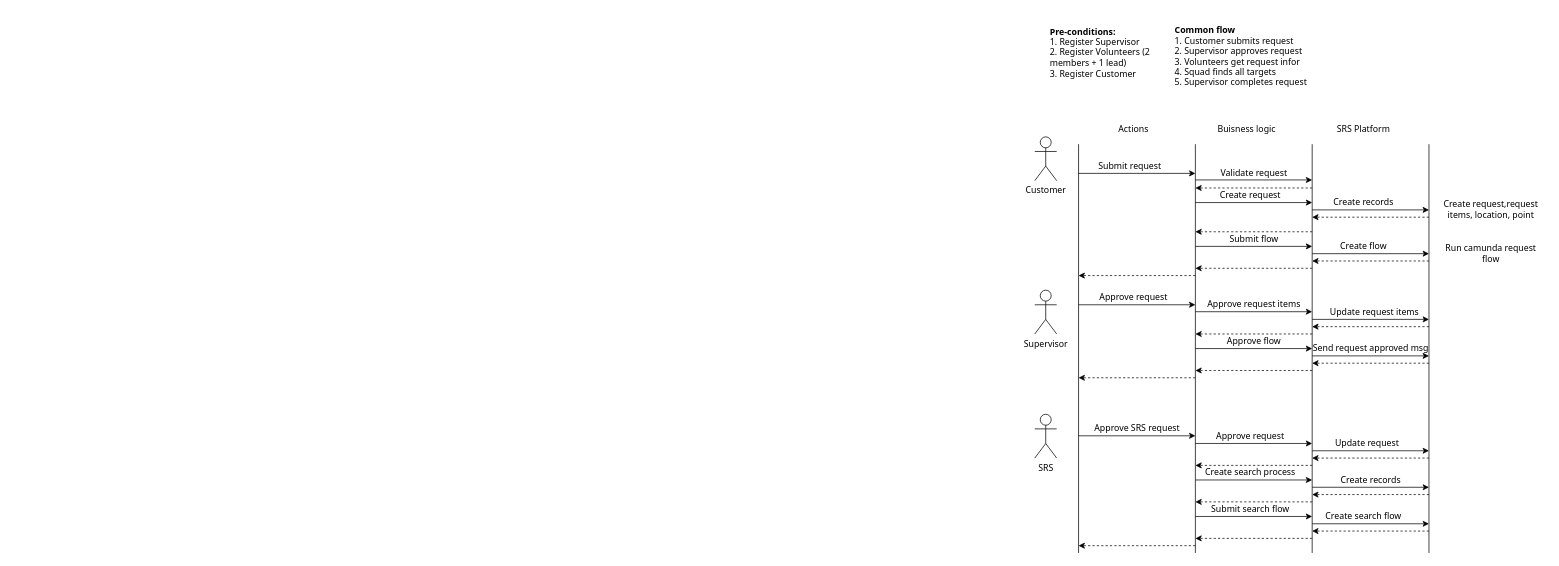
Before: page "Common Flow" (5 of 5) of srs-sa-design.drawio in chirkovd/srs-platform, a draw.io diagram. Source tidied: cells renumbered, new cells numbered last; positions are measured from the earlier drawing's top-left corner, leaving out a move shared by most shapes. Both pictures are drawn from the tidied source at 73%, with x=0, y=0 at pixel (1034, 20).
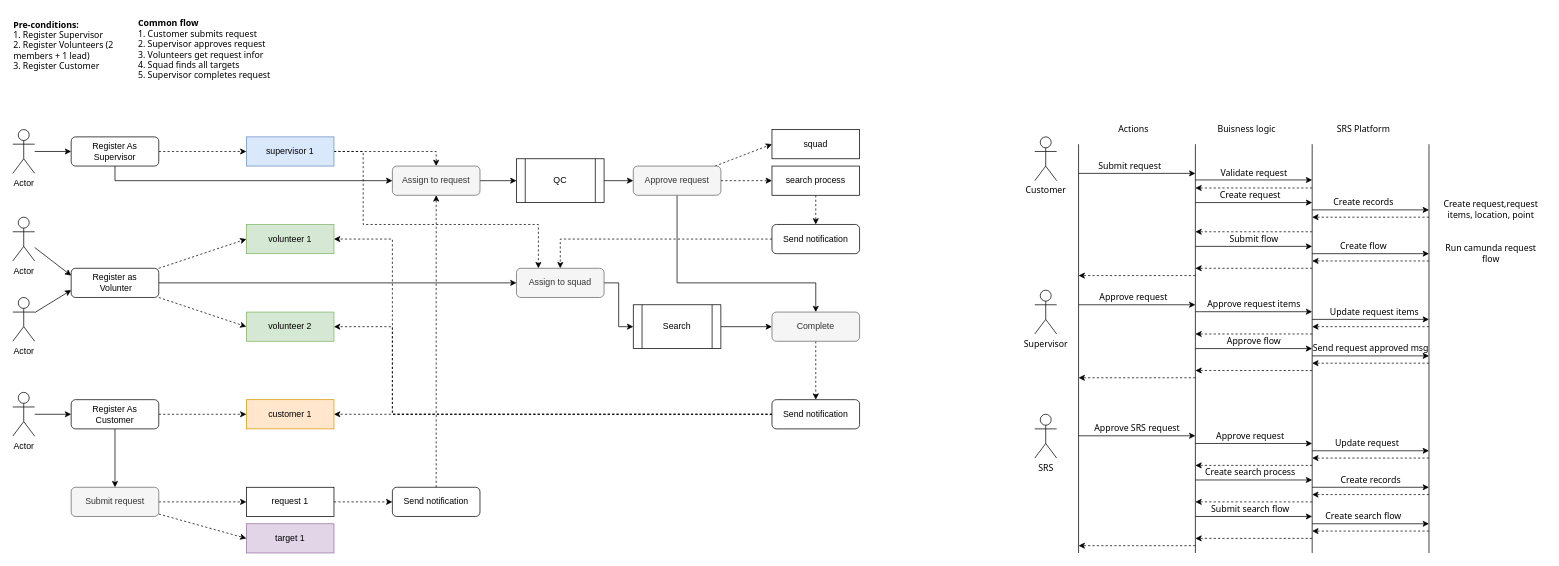
The same diagram, later.

What changed in the source:
```diff
@@
     <mxCell id="2" value="&lt;div style=&quot;text-align: left&quot;&gt;&lt;span&gt;&lt;b&gt;&lt;font face=&quot;Tahoma&quot;&gt;Pre-conditions:&lt;/font&gt;&lt;/b&gt;&lt;/span&gt;&lt;/div&gt;&lt;div&gt;&lt;div style=&quot;text-align: left&quot;&gt;&lt;span&gt;&lt;font face=&quot;Tahoma&quot;&gt;1. Register Supervisor&lt;/font&gt;&lt;/span&gt;&lt;/div&gt;&lt;font face=&quot;Tahoma&quot;&gt;&lt;span&gt;&lt;div style=&quot;text-align: left&quot;&gt;&lt;span&gt;2. Register Volunteers (2 members + 1 lead)&lt;/span&gt;&lt;/div&gt;&lt;/span&gt;&lt;span&gt;&lt;div style=&quot;text-align: left&quot;&gt;&lt;span&gt;3. Register Customer&lt;/span&gt;&lt;/div&gt;&lt;/span&gt;&lt;/font&gt;&lt;/div&gt;" style="text;html=1;strokeColor=none;fillColor=none;align=center;verticalAlign=middle;whiteSpace=wrap;rounded=0;" parent="1" vertex="1">
-      <mxGeometry x="20" width="140" height="90" as="geometry" />
+      <mxGeometry x="-1400" y="-10" width="140" height="90" as="geometry" />
     </mxCell>
     <mxCell id="3" value="&lt;b&gt;Common flow&lt;/b&gt;&lt;br&gt;1. Customer submits request&lt;br&gt;2. Supervisor approves request&lt;br&gt;3. Volunteers get request infor&lt;br&gt;4. Squad finds all targets&lt;br&gt;5. Supervisor completes request" style="text;html=1;strokeColor=none;fillColor=none;align=left;verticalAlign=middle;whiteSpace=wrap;rounded=0;fontFamily=Tahoma;" parent="1" vertex="1">
-      <mxGeometry x="190" y="10" width="210" height="80" as="geometry" />
+      <mxGeometry x="-1230" width="210" height="80" as="geometry" />
     </mxCell>
@@
+    <mxCell id="70" style="edgeStyle=orthogonalEdgeStyle;rounded=0;jettySize=auto;html=1;entryX=0;entryY=0.5;entryDx=0;entryDy=0;dashed=1;" parent="1" edge="1" source="72" target="77">
+      <mxGeometry relative="1" as="geometry" />
+    </mxCell>
+    <mxCell id="71" style="edgeStyle=orthogonalEdgeStyle;rounded=0;jettySize=auto;html=1;entryX=0;entryY=0.5;entryDx=0;entryDy=0;" parent="1" edge="1" source="72" target="103">
+      <mxGeometry relative="1" as="geometry">
+        <Array as="points">
+          <mxPoint x="-1260" y="220" />
+        </Array>
+      </mxGeometry>
+    </mxCell>
+    <mxCell id="72" value="Register As Supervisor" style="rounded=1;whiteSpace=wrap;html=1;" parent="1" vertex="1">
+      <mxGeometry x="-1320" y="160" width="120" height="40" as="geometry" />
+    </mxCell>
+    <mxCell id="73" style="edgeStyle=orthogonalEdgeStyle;rounded=0;jettySize=auto;html=1;" parent="1" edge="1" source="74" target="72">
+      <mxGeometry relative="1" as="geometry" />
+    </mxCell>
+    <mxCell id="74" value="Actor" style="shape=umlActor;verticalLabelPosition=bottom;verticalAlign=top;html=1;outlineConnect=0;" parent="1" vertex="1">
+      <mxGeometry x="-1400" y="150" width="30" height="60" as="geometry" />
+    </mxCell>
+    <mxCell id="75" style="edgeStyle=orthogonalEdgeStyle;rounded=0;jettySize=auto;html=1;entryX=0.5;entryY=0;entryDx=0;entryDy=0;dashed=1;" parent="1" edge="1" source="77" target="103">
+      <mxGeometry relative="1" as="geometry" />
+    </mxCell>
+    <mxCell id="76" style="edgeStyle=orthogonalEdgeStyle;rounded=0;jettySize=auto;html=1;entryX=0.25;entryY=0;entryDx=0;entryDy=0;dashed=1;" parent="1" edge="1" source="77" target="115">
+      <mxGeometry relative="1" as="geometry">
+        <Array as="points">
+          <mxPoint x="-920" y="180" />
+          <mxPoint x="-920" y="280" />
+          <mxPoint x="-680" y="280" />
+        </Array>
+      </mxGeometry>
+    </mxCell>
+    <mxCell id="77" value="supervisor 1" style="rounded=0;whiteSpace=wrap;html=1;fillColor=#dae8fc;strokeColor=#6c8ebf;" parent="1" vertex="1">
+      <mxGeometry x="-1080" y="160" width="120" height="40" as="geometry" />
+    </mxCell>
+    <mxCell id="78" style="rounded=0;jettySize=auto;html=1;entryX=0;entryY=0.25;entryDx=0;entryDy=0;" parent="1" edge="1" source="79" target="85">
+      <mxGeometry relative="1" as="geometry" />
+    </mxCell>
+    <mxCell id="79" value="Actor" style="shape=umlActor;verticalLabelPosition=bottom;verticalAlign=top;html=1;outlineConnect=0;" parent="1" vertex="1">
+      <mxGeometry x="-1400" y="270" width="30" height="60" as="geometry" />
+    </mxCell>
+    <mxCell id="80" style="edgeStyle=none;rounded=0;jettySize=auto;html=1;entryX=0;entryY=0.75;entryDx=0;entryDy=0;" parent="1" edge="1" source="81" target="85">
+      <mxGeometry relative="1" as="geometry" />
+    </mxCell>
+    <mxCell id="81" value="Actor" style="shape=umlActor;verticalLabelPosition=bottom;verticalAlign=top;html=1;outlineConnect=0;" parent="1" vertex="1">
+      <mxGeometry x="-1400" y="380" width="30" height="60" as="geometry" />
+    </mxCell>
+    <mxCell id="82" style="edgeStyle=none;rounded=0;jettySize=auto;html=1;entryX=0;entryY=0.5;entryDx=0;entryDy=0;dashed=1;" parent="1" edge="1" source="85" target="86">
+      <mxGeometry relative="1" as="geometry" />
+    </mxCell>
+    <mxCell id="83" style="edgeStyle=none;rounded=0;jettySize=auto;html=1;entryX=0;entryY=0.5;entryDx=0;entryDy=0;dashed=1;" parent="1" edge="1" source="85" target="87">
+      <mxGeometry relative="1" as="geometry" />
+    </mxCell>
+    <mxCell id="84" style="edgeStyle=orthogonalEdgeStyle;rounded=0;jettySize=auto;html=1;" parent="1" edge="1" source="85" target="115">
+      <mxGeometry relative="1" as="geometry" />
+    </mxCell>
+    <mxCell id="85" value="Register as&lt;br&gt;&amp;nbsp;Volunter" style="rounded=1;whiteSpace=wrap;html=1;" parent="1" vertex="1">
+      <mxGeometry x="-1320" y="340" width="120" height="40" as="geometry" />
+    </mxCell>
+    <mxCell id="86" value="volunteer 1" style="rounded=0;whiteSpace=wrap;html=1;fillColor=#d5e8d4;strokeColor=#82b366;" parent="1" vertex="1">
+      <mxGeometry x="-1080" y="280" width="120" height="40" as="geometry" />
+    </mxCell>
+    <mxCell id="87" value="volunteer 2" style="rounded=0;whiteSpace=wrap;html=1;fillColor=#d5e8d4;strokeColor=#82b366;" parent="1" vertex="1">
+      <mxGeometry x="-1080" y="400" width="120" height="40" as="geometry" />
+    </mxCell>
+    <mxCell id="88" style="edgeStyle=none;rounded=0;jettySize=auto;html=1;entryX=0;entryY=0.5;entryDx=0;entryDy=0;" parent="1" edge="1" source="89" target="92">
+      <mxGeometry relative="1" as="geometry" />
+    </mxCell>
+    <mxCell id="89" value="Actor" style="shape=umlActor;verticalLabelPosition=bottom;verticalAlign=top;html=1;outlineConnect=0;" parent="1" vertex="1">
+      <mxGeometry x="-1400" y="510" width="30" height="60" as="geometry" />
+    </mxCell>
+    <mxCell id="90" style="edgeStyle=none;rounded=0;jettySize=auto;html=1;entryX=0;entryY=0.5;entryDx=0;entryDy=0;dashed=1;" parent="1" edge="1" source="92" target="93">
+      <mxGeometry relative="1" as="geometry" />
+    </mxCell>
+    <mxCell id="91" style="edgeStyle=none;rounded=0;jettySize=auto;html=1;" parent="1" edge="1" source="92" target="96">
+      <mxGeometry relative="1" as="geometry" />
+    </mxCell>
+    <mxCell id="92" value="Register As&lt;br&gt;Customer" style="rounded=1;whiteSpace=wrap;html=1;" parent="1" vertex="1">
+      <mxGeometry x="-1320" y="520" width="120" height="40" as="geometry" />
+    </mxCell>
+    <mxCell id="93" value="customer 1" style="rounded=0;whiteSpace=wrap;html=1;fillColor=#ffe6cc;strokeColor=#d79b00;" parent="1" vertex="1">
+      <mxGeometry x="-1080" y="520" width="120" height="40" as="geometry" />
+    </mxCell>
+    <mxCell id="94" style="edgeStyle=none;rounded=0;jettySize=auto;html=1;entryX=0;entryY=0.5;entryDx=0;entryDy=0;dashed=1;" parent="1" edge="1" source="96" target="98">
+      <mxGeometry relative="1" as="geometry" />
+    </mxCell>
+    <mxCell id="95" style="edgeStyle=none;rounded=0;jettySize=auto;html=1;entryX=0;entryY=0.5;entryDx=0;entryDy=0;dashed=1;" parent="1" edge="1" source="96" target="99">
+      <mxGeometry relative="1" as="geometry" />
+    </mxCell>
+    <mxCell id="96" value="Submit request" style="rounded=1;whiteSpace=wrap;html=1;fillColor=#f5f5f5;strokeColor=#666666;fontColor=#333333;" parent="1" vertex="1">
+      <mxGeometry x="-1320" y="640" width="120" height="40" as="geometry" />
+    </mxCell>
+    <mxCell id="97" style="edgeStyle=none;rounded=0;jettySize=auto;html=1;entryX=0;entryY=0.5;entryDx=0;entryDy=0;dashed=1;" parent="1" edge="1" source="98" target="101">
+      <mxGeometry relative="1" as="geometry" />
+    </mxCell>
+    <mxCell id="98" value="request 1" style="rounded=0;whiteSpace=wrap;html=1;" parent="1" vertex="1">
+      <mxGeometry x="-1080" y="640" width="120" height="40" as="geometry" />
+    </mxCell>
+    <mxCell id="99" value="target 1" style="rounded=0;whiteSpace=wrap;html=1;fillColor=#e1d5e7;strokeColor=#9673a6;" parent="1" vertex="1">
+      <mxGeometry x="-1080" y="690" width="120" height="40" as="geometry" />
+    </mxCell>
+    <mxCell id="100" style="edgeStyle=orthogonalEdgeStyle;rounded=0;jettySize=auto;html=1;entryX=0.5;entryY=1;entryDx=0;entryDy=0;dashed=1;" parent="1" edge="1" source="101" target="103">
+      <mxGeometry relative="1" as="geometry" />
+    </mxCell>
+    <mxCell id="101" value="Send notification" style="rounded=1;whiteSpace=wrap;html=1;" parent="1" vertex="1">
+      <mxGeometry x="-880" y="640" width="120" height="40" as="geometry" />
+    </mxCell>
+    <mxCell id="102" style="edgeStyle=orthogonalEdgeStyle;rounded=0;jettySize=auto;html=1;" parent="1" edge="1" source="103" target="105">
+      <mxGeometry relative="1" as="geometry" />
+    </mxCell>
+    <mxCell id="103" value="Assign to request" style="rounded=1;whiteSpace=wrap;html=1;fillColor=#f5f5f5;strokeColor=#666666;fontColor=#333333;" parent="1" vertex="1">
+      <mxGeometry x="-880" y="200" width="120" height="40" as="geometry" />
+    </mxCell>
+    <mxCell id="104" style="edgeStyle=orthogonalEdgeStyle;rounded=0;jettySize=auto;html=1;entryX=0;entryY=0.5;entryDx=0;entryDy=0;" parent="1" edge="1" source="105" target="109">
+      <mxGeometry relative="1" as="geometry" />
+    </mxCell>
+    <mxCell id="105" value="QC" style="shape=process;whiteSpace=wrap;html=1;backgroundOutline=1;" parent="1" vertex="1">
+      <mxGeometry x="-710" y="190" width="120" height="60" as="geometry" />
+    </mxCell>
+    <mxCell id="106" style="edgeStyle=orthogonalEdgeStyle;rounded=0;jettySize=auto;html=1;dashed=1;" parent="1" edge="1" source="109" target="111">
+      <mxGeometry relative="1" as="geometry" />
+    </mxCell>
+    <mxCell id="107" style="rounded=0;jettySize=auto;html=1;entryX=0;entryY=0.5;entryDx=0;entryDy=0;dashed=1;" parent="1" edge="1" source="109" target="116">
+      <mxGeometry relative="1" as="geometry" />
+    </mxCell>
+    <mxCell id="108" style="edgeStyle=orthogonalEdgeStyle;rounded=0;jettySize=auto;html=1;" parent="1" edge="1" source="109" target="120">
+      <mxGeometry relative="1" as="geometry">
+        <Array as="points">
+          <mxPoint x="-490" y="360" />
+          <mxPoint x="-300" y="360" />
+        </Array>
+      </mxGeometry>
+    </mxCell>
+    <mxCell id="109" value="Approve request" style="rounded=1;whiteSpace=wrap;html=1;fillColor=#f5f5f5;strokeColor=#666666;fontColor=#333333;" parent="1" vertex="1">
+      <mxGeometry x="-550" y="200" width="120" height="40" as="geometry" />
+    </mxCell>
+    <mxCell id="110" style="edgeStyle=orthogonalEdgeStyle;rounded=0;jettySize=auto;html=1;entryX=0.5;entryY=0;entryDx=0;entryDy=0;dashed=1;" parent="1" edge="1" source="111" target="113">
+      <mxGeometry relative="1" as="geometry" />
+    </mxCell>
+    <mxCell id="111" value="search process" style="rounded=0;whiteSpace=wrap;html=1;" parent="1" vertex="1">
+      <mxGeometry x="-360" y="200" width="120" height="40" as="geometry" />
+    </mxCell>
+    <mxCell id="112" style="edgeStyle=orthogonalEdgeStyle;rounded=0;jettySize=auto;html=1;dashed=1;" parent="1" edge="1" source="113" target="115">
+      <mxGeometry relative="1" as="geometry" />
+    </mxCell>
+    <mxCell id="113" value="Send notification" style="rounded=1;whiteSpace=wrap;html=1;" parent="1" vertex="1">
+      <mxGeometry x="-360" y="280" width="120" height="40" as="geometry" />
+    </mxCell>
+    <mxCell id="114" style="edgeStyle=orthogonalEdgeStyle;rounded=0;jettySize=auto;html=1;entryX=0;entryY=0.5;entryDx=0;entryDy=0;" parent="1" edge="1" source="115" target="118">
+      <mxGeometry relative="1" as="geometry" />
+    </mxCell>
+    <mxCell id="115" value="Assign to squad" style="rounded=1;whiteSpace=wrap;html=1;fillColor=#f5f5f5;strokeColor=#666666;fontColor=#333333;" parent="1" vertex="1">
+      <mxGeometry x="-710" y="340" width="120" height="40" as="geometry" />
+    </mxCell>
+    <mxCell id="116" value="squad" style="rounded=0;whiteSpace=wrap;html=1;" parent="1" vertex="1">
+      <mxGeometry x="-360" y="150" width="120" height="40" as="geometry" />
+    </mxCell>
+    <mxCell id="117" style="edgeStyle=orthogonalEdgeStyle;rounded=0;jettySize=auto;html=1;entryX=0;entryY=0.5;entryDx=0;entryDy=0;" parent="1" edge="1" source="118" target="120">
+      <mxGeometry relative="1" as="geometry" />
+    </mxCell>
+    <mxCell id="118" value="Search" style="shape=process;whiteSpace=wrap;html=1;backgroundOutline=1;" parent="1" vertex="1">
+      <mxGeometry x="-550" y="390" width="120" height="60" as="geometry" />
+    </mxCell>
+    <mxCell id="119" style="edgeStyle=orthogonalEdgeStyle;rounded=0;jettySize=auto;html=1;entryX=0.5;entryY=0;entryDx=0;entryDy=0;dashed=1;" parent="1" edge="1" source="120" target="124">
+      <mxGeometry relative="1" as="geometry" />
+    </mxCell>
+    <mxCell id="120" value="Complete" style="rounded=1;whiteSpace=wrap;html=1;fillColor=#f5f5f5;strokeColor=#666666;fontColor=#333333;" parent="1" vertex="1">
+      <mxGeometry x="-360" y="400" width="120" height="40" as="geometry" />
+    </mxCell>
+    <mxCell id="121" style="edgeStyle=orthogonalEdgeStyle;rounded=0;jettySize=auto;html=1;entryX=1;entryY=0.5;entryDx=0;entryDy=0;dashed=1;" parent="1" edge="1" source="124" target="93">
+      <mxGeometry relative="1" as="geometry" />
+    </mxCell>
+    <mxCell id="122" style="edgeStyle=orthogonalEdgeStyle;rounded=0;jettySize=auto;html=1;entryX=1;entryY=0.5;entryDx=0;entryDy=0;dashed=1;" parent="1" edge="1" source="124" target="87">
+      <mxGeometry relative="1" as="geometry">
+        <Array as="points">
+          <mxPoint x="-880" y="540" />
+          <mxPoint x="-880" y="420" />
+        </Array>
+      </mxGeometry>
+    </mxCell>
+    <mxCell id="123" style="edgeStyle=orthogonalEdgeStyle;rounded=0;jettySize=auto;html=1;dashed=1;entryX=1;entryY=0.5;entryDx=0;entryDy=0;" parent="1" edge="1" source="124" target="86">
+      <mxGeometry relative="1" as="geometry">
+        <Array as="points">
+          <mxPoint x="-880" y="540" />
+          <mxPoint x="-880" y="300" />
+        </Array>
+      </mxGeometry>
+    </mxCell>
+    <mxCell id="124" value="Send notification" style="rounded=1;whiteSpace=wrap;html=1;" parent="1" vertex="1">
+      <mxGeometry x="-360" y="520" width="120" height="40" as="geometry" />
+    </mxCell>
```
